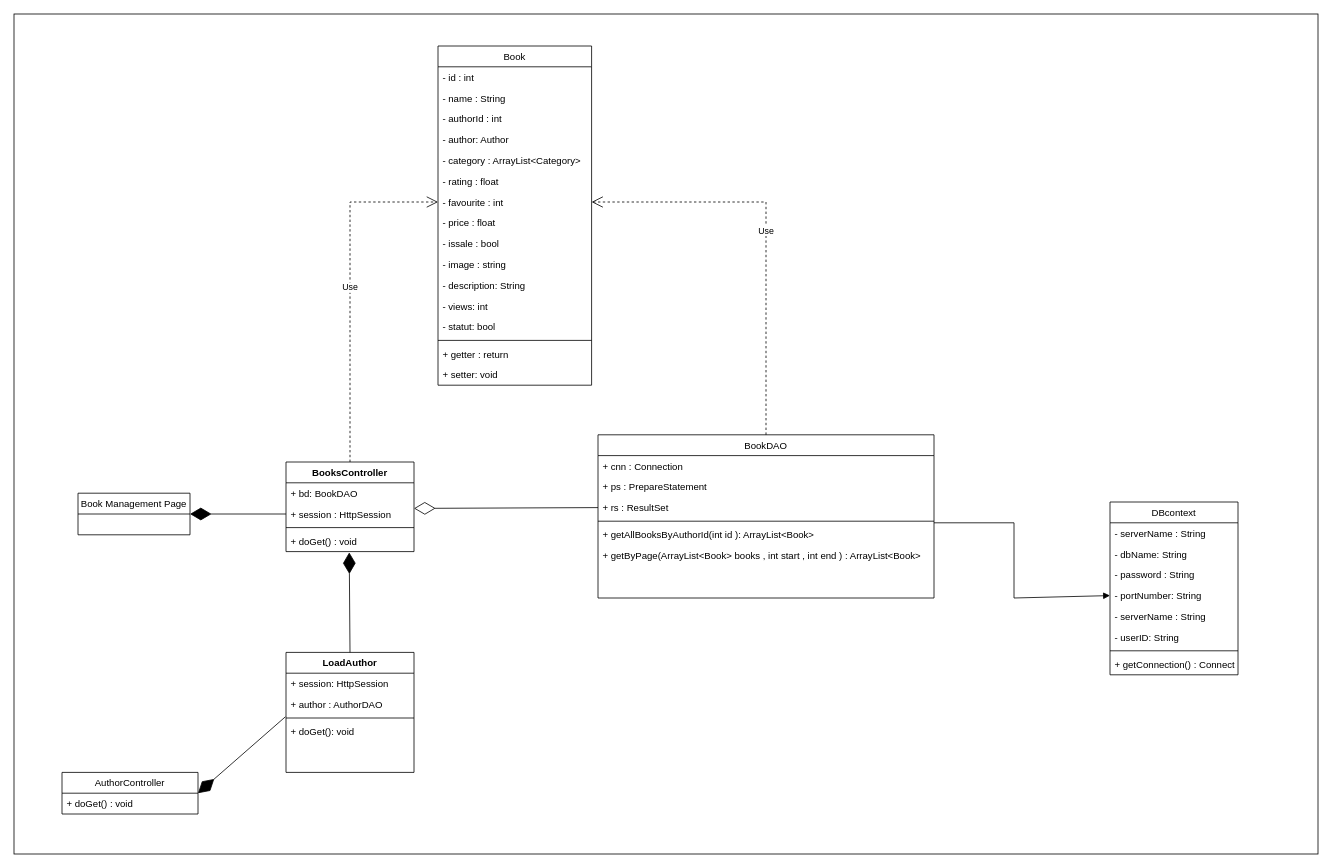
Earlier version of the draw.io diagram page "Trang-4" (4 of 8) of te3.drawio (baspdd/desktop-tutorial). Source tidied: cells renumbered, new cells numbered last; positions are measured from the earlier drawing's top-left corner, leaving out a move shared by most shapes. Both pictures are drawn from the tidied source at 80%, with x=0, y=0 at pixel (14, 14).
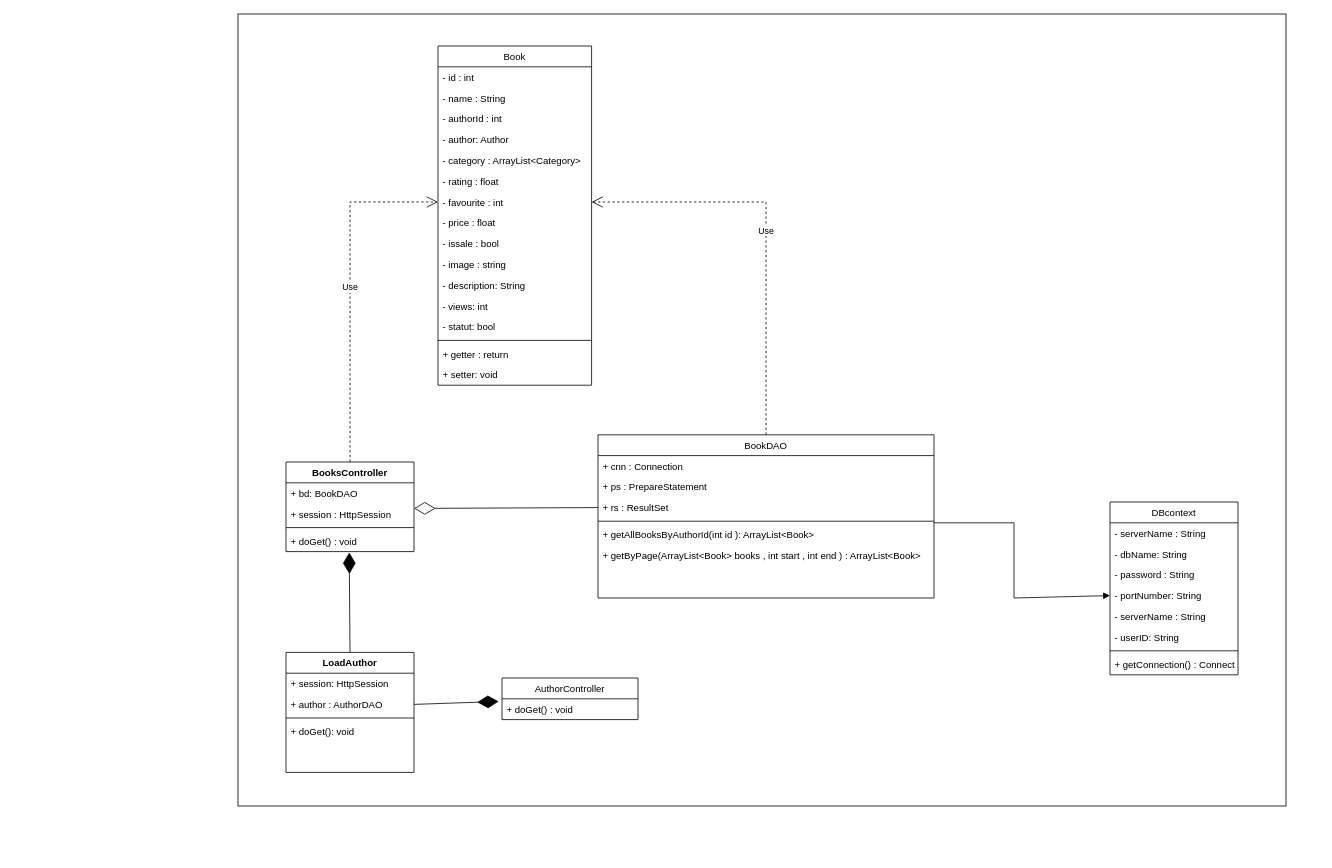
The same page after the edit.

Unchanged cells that the change refers to:
```xml
<mxCell id="5" value="+ author : AuthorDAO" style="text;strokeColor=none;fillColor=none;align=left;verticalAlign=top;spacingLeft=4;spacingRight=4;overflow=hidden;points=[[0,0.5],[1,0.5]];portConstraint=eastwest;" parent="3" vertex="1">
  <mxGeometry y="52" width="160" height="26" as="geometry" />
</mxCell>
<mxCell id="9" value="+ doGet() : void" style="text;strokeColor=none;fillColor=none;align=left;verticalAlign=top;spacingLeft=4;spacingRight=4;overflow=hidden;points=[[0,0.5],[1,0.5]];portConstraint=eastwest;" parent="8" vertex="1">
  <mxGeometry y="26" width="170" height="26" as="geometry" />
</mxCell>
<mxCell id="48" value="+ session : HttpSession" style="text;strokeColor=none;fillColor=none;align=left;verticalAlign=top;spacingLeft=4;spacingRight=4;overflow=hidden;points=[[0,0.5],[1,0.5]];portConstraint=eastwest;" parent="46" vertex="1">
  <mxGeometry y="52" width="160" height="26" as="geometry" />
</mxCell>
```

What changed in the source:
```diff
@@
     <mxCell id="2" style="rounded=0;whiteSpace=wrap;html=1;" parent="1" vertex="1">
-      <mxGeometry width="1630" height="1050" as="geometry" />
+      <mxGeometry x="280" width="1310" height="990" as="geometry" />
     </mxCell>
@@
     <mxCell id="8" value="AuthorController" style="swimlane;fontStyle=0;horizontal=1;startSize=26;fillColor=none;" parent="1" vertex="1">
-      <mxGeometry x="60" y="948" width="170" height="52" as="geometry" />
+      <mxGeometry x="610" y="830" width="170" height="52" as="geometry" />
     </mxCell>
@@
-    <mxCell id="45" style="endArrow=diamondThin;endFill=1;endSize=24;html=1;rounded=0;entryX=1;entryY=0.5;entryDx=0;entryDy=0;exitX=-0.005;exitY=1.096;exitDx=0;exitDy=0;exitPerimeter=0;" parent="1" edge="1" source="5" target="8">
+    <mxCell id="45" style="endArrow=diamondThin;endFill=1;endSize=24;html=1;rounded=0;entryX=-0.024;entryY=0.129;entryDx=0;entryDy=0;exitX=1;exitY=0.5;exitDx=0;exitDy=0;entryPerimeter=0;" parent="1" edge="1" source="5" target="9">
       <mxGeometry relative="1" as="geometry" />
     </mxCell>
@@
-    <mxCell id="51" value="Book Management Page" style="swimlane;fontStyle=0;horizontal=1;startSize=26;fillColor=none;" parent="1" vertex="1">
-      <mxGeometry x="80" y="599" width="140" height="52" as="geometry" />
-    </mxCell>
-    <mxCell id="52" style="endArrow=diamondThin;endFill=1;endSize=24;html=1;rounded=0;entryX=1;entryY=0.5;entryDx=0;entryDy=0;exitX=0;exitY=0.5;exitDx=0;exitDy=0;" parent="1" edge="1" source="48" target="51">
-      <mxGeometry relative="1" as="geometry" />
-    </mxCell>
```
